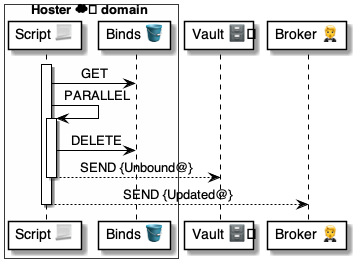
Before: 4 ⚙️ Solution/20 🧑‍🦰 UI/Brokers 🤵/🤵🅰️ Broker methods/Chats 💬 Pop 🧑‍🦰🐌🤵/Pop Vault/🤵 Pop Vault ⚙️ uml.png, a diagram exported from PlantUML (pollyweb-org/pollyweb-docs). Its source is kept beside it as 4 ⚙️ Solution/20 🧑‍🦰 UI/Brokers 🤵/🤵🅰️ Broker methods/Chats 💬 Pop 🧑‍🦰🐌🤵/Pop Vault/🤵 Pop Vault ⚙️ uml.puml.
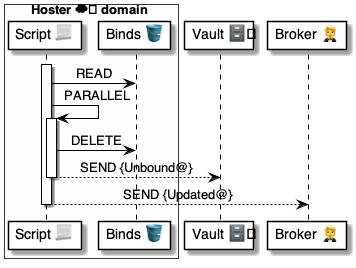
Above is the later version.

What changed in the source:
```diff
@@ -10,7 +10,7 @@
 participant "Broker 🤵" as broker
 
 activate script
-    script -> binds: GET
+    script -> binds: READ
 
     script -> script: PARALLEL
     activate script
```
